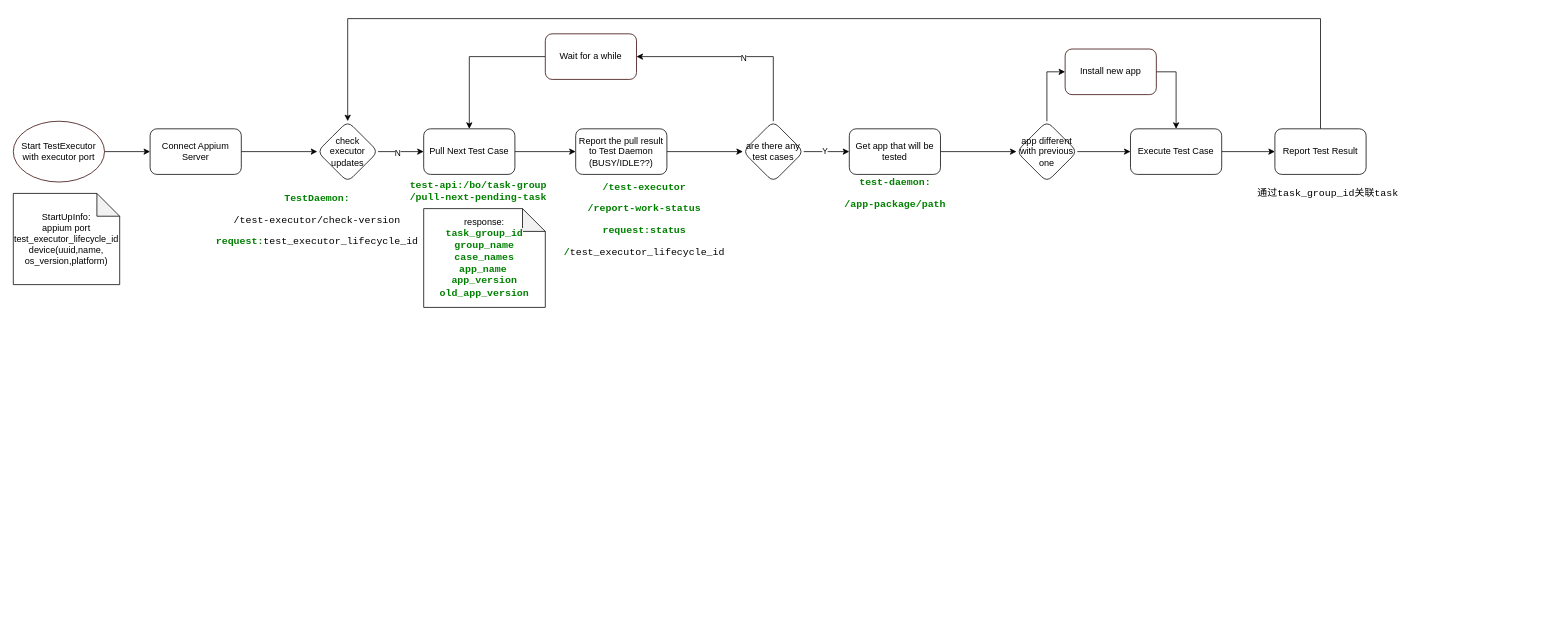
Above: page "Test Executor" (6 of 7) of App Automation 2.0.drawio in michellec2021/appium-demo (draw.io), before the change. Source tidied: cells renumbered, new cells numbered last; positions are measured from the earlier drawing's top-left corner, leaving out a move shared by most shapes. Both pictures are drawn from the tidied source at 76%, with x=0, y=0 at pixel (13, 18).
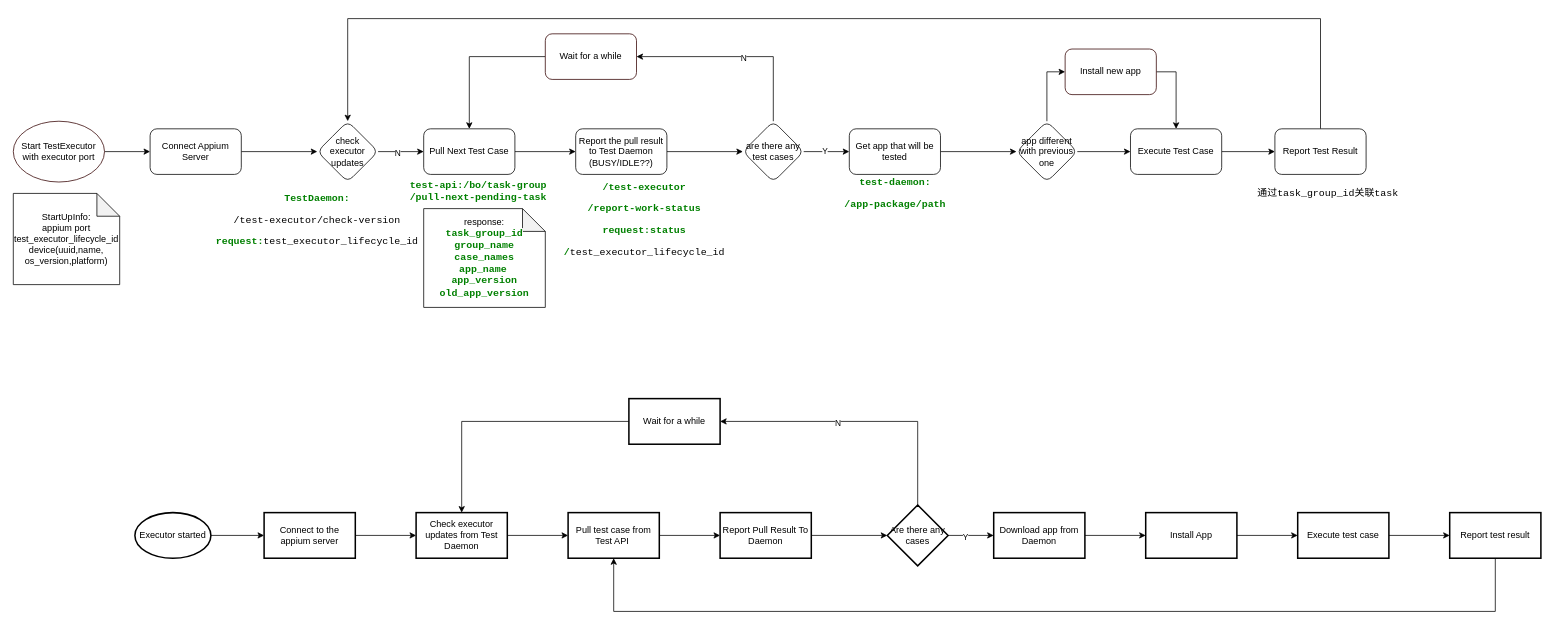
After the change.

Diff of the diagram source:
```diff
@@
+    <mxCell id="38" style="edgeStyle=orthogonalEdgeStyle;rounded=0;jettySize=auto;html=1;" parent="1" edge="1" source="39" target="41">
+      <mxGeometry relative="1" as="geometry" />
+    </mxCell>
+    <mxCell id="39" value="Executor started" style="strokeWidth=2;html=1;shape=mxgraph.flowchart.start_1;whiteSpace=wrap;" parent="1" vertex="1">
+      <mxGeometry x="160" y="650" width="100" height="60" as="geometry" />
+    </mxCell>
+    <mxCell id="40" style="edgeStyle=orthogonalEdgeStyle;rounded=0;jettySize=auto;html=1;" parent="1" edge="1" source="41" target="43">
+      <mxGeometry relative="1" as="geometry" />
+    </mxCell>
+    <mxCell id="41" value="Connect to the appium server" style="whiteSpace=wrap;html=1;strokeWidth=2;" parent="1" vertex="1">
+      <mxGeometry x="330" y="650" width="120" height="60" as="geometry" />
+    </mxCell>
+    <mxCell id="42" style="edgeStyle=orthogonalEdgeStyle;rounded=0;jettySize=auto;html=1;" parent="1" edge="1" source="43" target="45">
+      <mxGeometry relative="1" as="geometry" />
+    </mxCell>
+    <mxCell id="43" value="Check executor updates from Test Daemon" style="whiteSpace=wrap;html=1;strokeWidth=2;" parent="1" vertex="1">
+      <mxGeometry x="530" y="650" width="120" height="60" as="geometry" />
+    </mxCell>
+    <mxCell id="44" style="edgeStyle=orthogonalEdgeStyle;rounded=0;jettySize=auto;html=1;" parent="1" edge="1" source="45" target="47">
+      <mxGeometry relative="1" as="geometry" />
+    </mxCell>
+    <mxCell id="45" value="Pull test case from Test API&amp;nbsp;" style="whiteSpace=wrap;html=1;strokeWidth=2;" parent="1" vertex="1">
+      <mxGeometry x="730" y="650" width="120" height="60" as="geometry" />
+    </mxCell>
+    <mxCell id="46" style="edgeStyle=orthogonalEdgeStyle;rounded=0;jettySize=auto;html=1;" parent="1" edge="1" source="47" target="52">
+      <mxGeometry relative="1" as="geometry" />
+    </mxCell>
+    <mxCell id="47" value="Report Pull Result To Daemon" style="whiteSpace=wrap;html=1;strokeWidth=2;" parent="1" vertex="1">
+      <mxGeometry x="930" y="650" width="120" height="60" as="geometry" />
+    </mxCell>
+    <mxCell id="48" style="edgeStyle=orthogonalEdgeStyle;rounded=0;jettySize=auto;html=1;" parent="1" edge="1" source="52" target="54">
+      <mxGeometry relative="1" as="geometry" />
+    </mxCell>
+    <mxCell id="49" value="Y" style="edgeLabel;html=1;align=center;verticalAlign=middle;" parent="48" vertex="1">
+      <mxGeometry x="-0.28" y="-1" relative="1" as="geometry" />
+    </mxCell>
+    <mxCell id="50" style="edgeStyle=orthogonalEdgeStyle;rounded=0;jettySize=auto;html=1;exitX=0.5;exitY=0;exitDx=0;exitDy=0;entryX=1;entryY=0.5;entryDx=0;entryDy=0;" parent="1" edge="1" source="52" target="56">
+      <mxGeometry relative="1" as="geometry" />
+    </mxCell>
+    <mxCell id="51" value="N" style="edgeLabel;html=1;align=center;verticalAlign=middle;" parent="50" vertex="1">
+      <mxGeometry x="0.17" y="2" relative="1" as="geometry" />
+    </mxCell>
+    <mxCell id="52" value="Are there any cases" style="rhombus;whiteSpace=wrap;html=1;strokeWidth=2;" parent="1" vertex="1">
+      <mxGeometry x="1150" y="640" width="80" height="80" as="geometry" />
+    </mxCell>
+    <mxCell id="53" style="edgeStyle=orthogonalEdgeStyle;rounded=0;jettySize=auto;html=1;" parent="1" edge="1" source="54" target="58">
+      <mxGeometry relative="1" as="geometry" />
+    </mxCell>
+    <mxCell id="54" value="Download app from Daemon" style="whiteSpace=wrap;html=1;strokeWidth=2;" parent="1" vertex="1">
+      <mxGeometry x="1290" y="650" width="120" height="60" as="geometry" />
+    </mxCell>
+    <mxCell id="55" style="edgeStyle=orthogonalEdgeStyle;rounded=0;jettySize=auto;html=1;exitX=0;exitY=0.5;exitDx=0;exitDy=0;entryX=0.5;entryY=0;entryDx=0;entryDy=0;" parent="1" edge="1" source="56" target="43">
+      <mxGeometry relative="1" as="geometry" />
+    </mxCell>
+    <mxCell id="56" value="Wait for a while" style="whiteSpace=wrap;html=1;strokeWidth=2;" parent="1" vertex="1">
+      <mxGeometry x="810" y="500" width="120" height="60" as="geometry" />
+    </mxCell>
+    <mxCell id="57" style="edgeStyle=orthogonalEdgeStyle;rounded=0;jettySize=auto;html=1;" parent="1" edge="1" source="58" target="60">
+      <mxGeometry relative="1" as="geometry" />
+    </mxCell>
+    <mxCell id="58" value="Install App" style="whiteSpace=wrap;html=1;strokeWidth=2;" parent="1" vertex="1">
+      <mxGeometry x="1490" y="650" width="120" height="60" as="geometry" />
+    </mxCell>
+    <mxCell id="59" style="edgeStyle=orthogonalEdgeStyle;rounded=0;jettySize=auto;html=1;" parent="1" edge="1" source="60" target="62">
+      <mxGeometry relative="1" as="geometry" />
+    </mxCell>
+    <mxCell id="60" value="Execute test case" style="whiteSpace=wrap;html=1;strokeWidth=2;" parent="1" vertex="1">
+      <mxGeometry x="1690" y="650" width="120" height="60" as="geometry" />
+    </mxCell>
+    <mxCell id="61" style="edgeStyle=orthogonalEdgeStyle;rounded=0;jettySize=auto;html=1;exitX=0.5;exitY=1;exitDx=0;exitDy=0;entryX=0.5;entryY=1;entryDx=0;entryDy=0;" parent="1" edge="1" source="62" target="45">
+      <mxGeometry relative="1" as="geometry">
+        <Array as="points">
+          <mxPoint x="1950" y="780" />
+          <mxPoint x="790" y="780" />
+        </Array>
+      </mxGeometry>
+    </mxCell>
+    <mxCell id="62" value="Report test result" style="whiteSpace=wrap;html=1;strokeWidth=2;" parent="1" vertex="1">
+      <mxGeometry x="1890" y="650" width="120" height="60" as="geometry" />
+    </mxCell>
```
